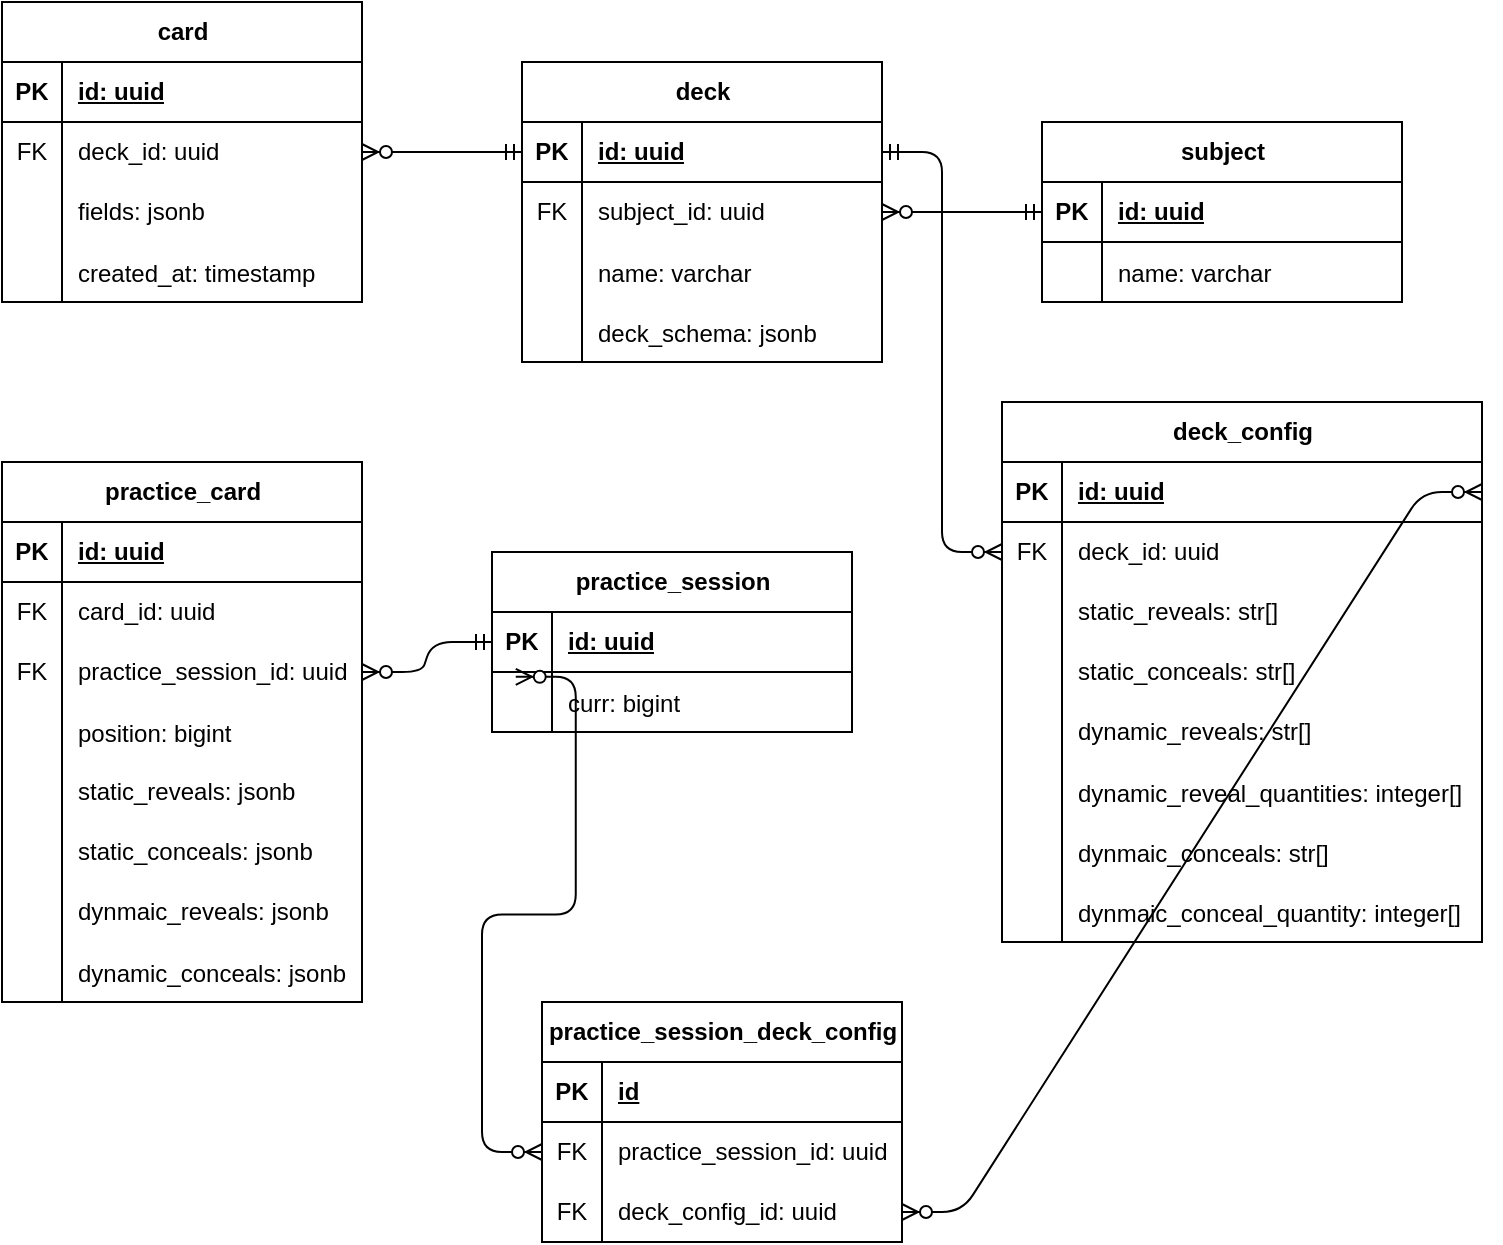
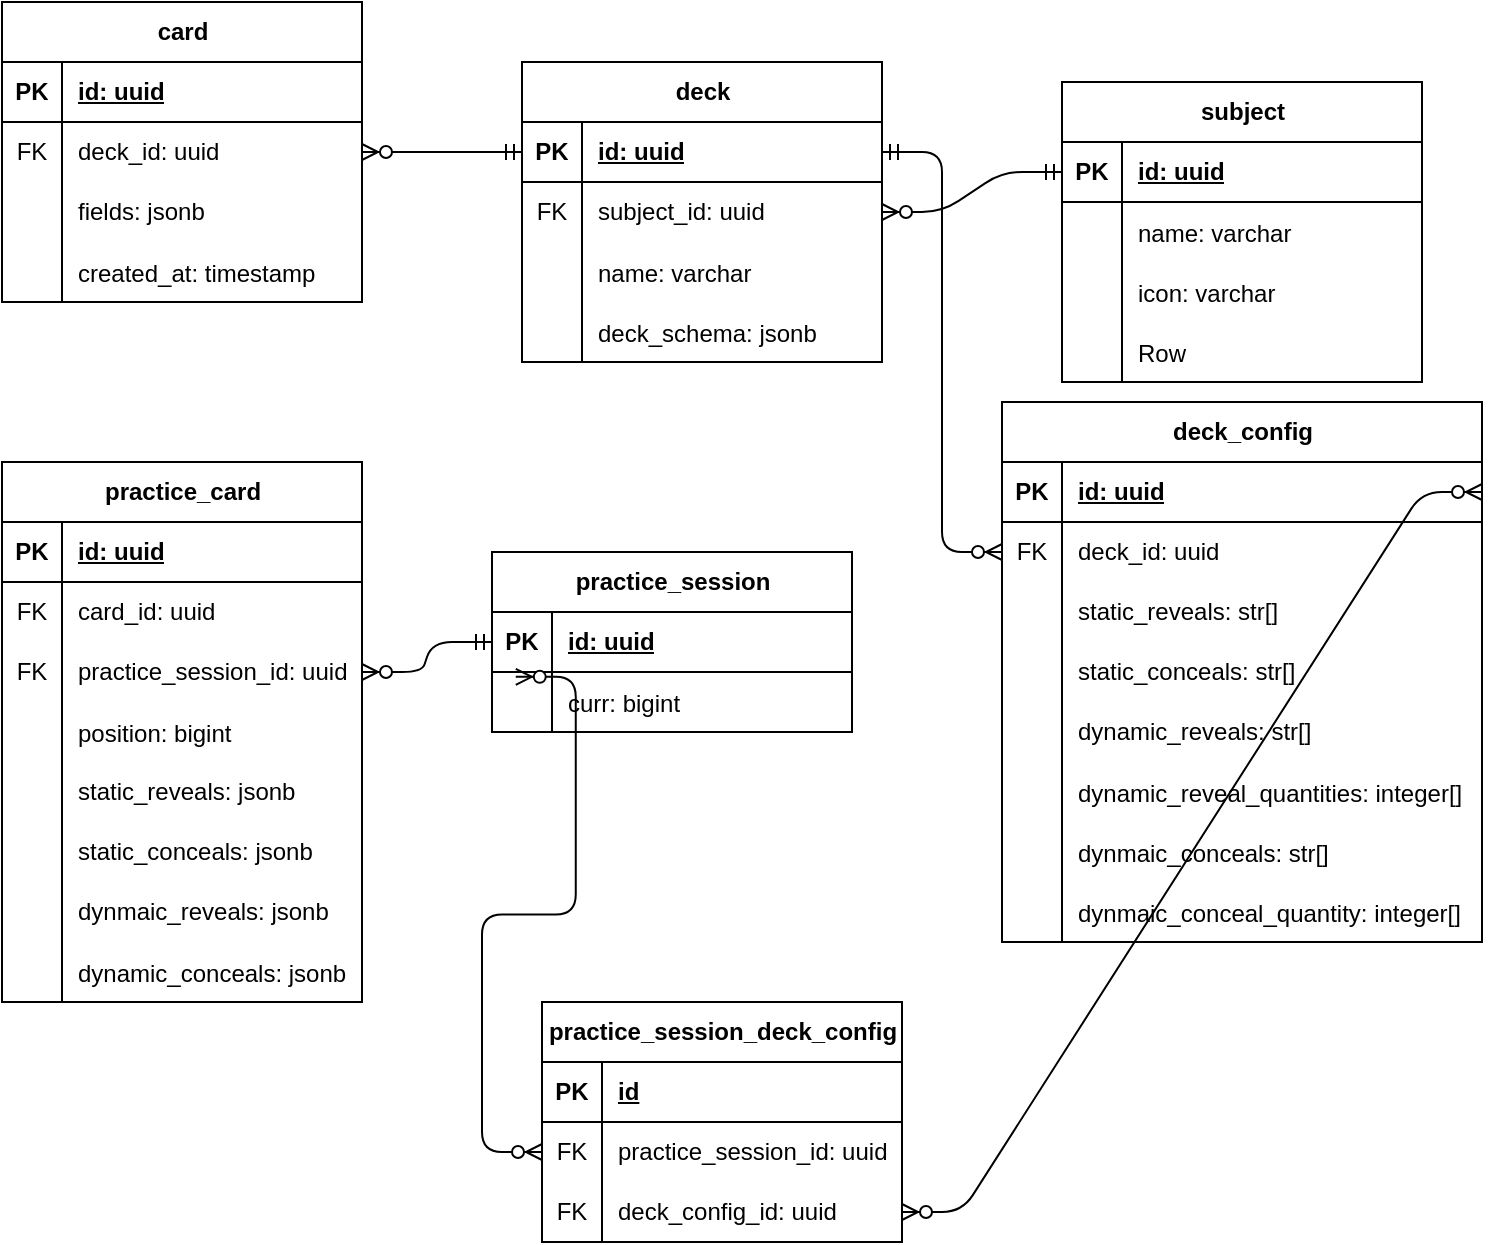
<mxfile host="65bd71144e">
    <diagram name="Page-1" id="E77Z4vSiBEVu_ntfNBje">
-         <mxGraphModel dx="576" dy="554" grid="1" gridSize="10" guides="1" tooltips="1" connect="1" arrows="1" fold="1" page="1" pageScale="1" pageWidth="850" pageHeight="1100" math="0" shadow="0">
+         <mxGraphModel dx="786" dy="487" grid="1" gridSize="10" guides="1" tooltips="1" connect="1" arrows="1" fold="1" page="1" pageScale="1" pageWidth="850" pageHeight="1100" math="0" shadow="0">
            <root>
                <mxCell id="0"/>
                <mxCell id="1" parent="0"/>
                <mxCell id="a0jAnDUGsL0N-l5X0XVK-1" value="card" style="shape=table;startSize=30;container=1;collapsible=1;childLayout=tableLayout;fixedRows=1;rowLines=0;fontStyle=1;align=center;resizeLast=1;html=1;" parent="1" vertex="1">
                    <mxGeometry y="80" width="180" height="150" as="geometry"/>
                </mxCell>
                <mxCell id="a0jAnDUGsL0N-l5X0XVK-2" value="" style="shape=tableRow;horizontal=0;startSize=0;swimlaneHead=0;swimlaneBody=0;fillColor=none;collapsible=0;dropTarget=0;points=[[0,0.5],[1,0.5]];portConstraint=eastwest;top=0;left=0;right=0;bottom=1;" parent="a0jAnDUGsL0N-l5X0XVK-1" vertex="1">
                    <mxGeometry y="30" width="180" height="30" as="geometry"/>
                </mxCell>
                <mxCell id="a0jAnDUGsL0N-l5X0XVK-3" value="PK" style="shape=partialRectangle;connectable=0;fillColor=none;top=0;left=0;bottom=0;right=0;fontStyle=1;overflow=hidden;whiteSpace=wrap;html=1;" parent="a0jAnDUGsL0N-l5X0XVK-2" vertex="1">
                    <mxGeometry width="30" height="30" as="geometry">
                        <mxRectangle width="30" height="30" as="alternateBounds"/>
                    </mxGeometry>
                </mxCell>
                <mxCell id="a0jAnDUGsL0N-l5X0XVK-4" value="id: uuid" style="shape=partialRectangle;connectable=0;fillColor=none;top=0;left=0;bottom=0;right=0;align=left;spacingLeft=6;fontStyle=5;overflow=hidden;whiteSpace=wrap;html=1;" parent="a0jAnDUGsL0N-l5X0XVK-2" vertex="1">
                    <mxGeometry x="30" width="150" height="30" as="geometry">
                        <mxRectangle width="150" height="30" as="alternateBounds"/>
                    </mxGeometry>
                </mxCell>
                <mxCell id="a0jAnDUGsL0N-l5X0XVK-39" value="" style="shape=tableRow;horizontal=0;startSize=0;swimlaneHead=0;swimlaneBody=0;fillColor=none;collapsible=0;dropTarget=0;points=[[0,0.5],[1,0.5]];portConstraint=eastwest;top=0;left=0;right=0;bottom=0;" parent="a0jAnDUGsL0N-l5X0XVK-1" vertex="1">
                    <mxGeometry y="60" width="180" height="30" as="geometry"/>
                </mxCell>
                <mxCell id="a0jAnDUGsL0N-l5X0XVK-40" value="FK" style="shape=partialRectangle;connectable=0;fillColor=none;top=0;left=0;bottom=0;right=0;fontStyle=0;overflow=hidden;whiteSpace=wrap;html=1;" parent="a0jAnDUGsL0N-l5X0XVK-39" vertex="1">
                    <mxGeometry width="30" height="30" as="geometry">
                        <mxRectangle width="30" height="30" as="alternateBounds"/>
                    </mxGeometry>
                </mxCell>
                <mxCell id="a0jAnDUGsL0N-l5X0XVK-41" value="deck_id: uuid" style="shape=partialRectangle;connectable=0;fillColor=none;top=0;left=0;bottom=0;right=0;align=left;spacingLeft=6;fontStyle=0;overflow=hidden;whiteSpace=wrap;html=1;" parent="a0jAnDUGsL0N-l5X0XVK-39" vertex="1">
                    <mxGeometry x="30" width="150" height="30" as="geometry">
                        <mxRectangle width="150" height="30" as="alternateBounds"/>
                    </mxGeometry>
                </mxCell>
                <mxCell id="a0jAnDUGsL0N-l5X0XVK-35" value="" style="shape=tableRow;horizontal=0;startSize=0;swimlaneHead=0;swimlaneBody=0;fillColor=none;collapsible=0;dropTarget=0;points=[[0,0.5],[1,0.5]];portConstraint=eastwest;top=0;left=0;right=0;bottom=0;" parent="a0jAnDUGsL0N-l5X0XVK-1" vertex="1">
                    <mxGeometry y="90" width="180" height="30" as="geometry"/>
                </mxCell>
                <mxCell id="a0jAnDUGsL0N-l5X0XVK-36" value="" style="shape=partialRectangle;connectable=0;fillColor=none;top=0;left=0;bottom=0;right=0;editable=1;overflow=hidden;whiteSpace=wrap;html=1;" parent="a0jAnDUGsL0N-l5X0XVK-35" vertex="1">
                    <mxGeometry width="30" height="30" as="geometry">
                        <mxRectangle width="30" height="30" as="alternateBounds"/>
                    </mxGeometry>
                </mxCell>
                <mxCell id="a0jAnDUGsL0N-l5X0XVK-37" value="fields: jsonb" style="shape=partialRectangle;connectable=0;fillColor=none;top=0;left=0;bottom=0;right=0;align=left;spacingLeft=6;overflow=hidden;whiteSpace=wrap;html=1;" parent="a0jAnDUGsL0N-l5X0XVK-35" vertex="1">
                    <mxGeometry x="30" width="150" height="30" as="geometry">
                        <mxRectangle width="150" height="30" as="alternateBounds"/>
                    </mxGeometry>
                </mxCell>
                <mxCell id="a0jAnDUGsL0N-l5X0XVK-70" value="" style="shape=tableRow;horizontal=0;startSize=0;swimlaneHead=0;swimlaneBody=0;fillColor=none;collapsible=0;dropTarget=0;points=[[0,0.5],[1,0.5]];portConstraint=eastwest;top=0;left=0;right=0;bottom=0;" parent="a0jAnDUGsL0N-l5X0XVK-1" vertex="1">
                    <mxGeometry y="120" width="180" height="30" as="geometry"/>
                </mxCell>
                <mxCell id="a0jAnDUGsL0N-l5X0XVK-71" value="" style="shape=partialRectangle;connectable=0;fillColor=none;top=0;left=0;bottom=0;right=0;editable=1;overflow=hidden;" parent="a0jAnDUGsL0N-l5X0XVK-70" vertex="1">
                    <mxGeometry width="30" height="30" as="geometry">
                        <mxRectangle width="30" height="30" as="alternateBounds"/>
                    </mxGeometry>
                </mxCell>
                <mxCell id="a0jAnDUGsL0N-l5X0XVK-72" value="created_at: timestamp" style="shape=partialRectangle;connectable=0;fillColor=none;top=0;left=0;bottom=0;right=0;align=left;spacingLeft=6;overflow=hidden;" parent="a0jAnDUGsL0N-l5X0XVK-70" vertex="1">
                    <mxGeometry x="30" width="150" height="30" as="geometry">
                        <mxRectangle width="150" height="30" as="alternateBounds"/>
                    </mxGeometry>
                </mxCell>
                <mxCell id="a0jAnDUGsL0N-l5X0XVK-22" value="deck" style="shape=table;startSize=30;container=1;collapsible=1;childLayout=tableLayout;fixedRows=1;rowLines=0;fontStyle=1;align=center;resizeLast=1;html=1;" parent="1" vertex="1">
                    <mxGeometry x="260" y="110" width="180" height="150" as="geometry"/>
                </mxCell>
                <mxCell id="a0jAnDUGsL0N-l5X0XVK-23" value="" style="shape=tableRow;horizontal=0;startSize=0;swimlaneHead=0;swimlaneBody=0;fillColor=none;collapsible=0;dropTarget=0;points=[[0,0.5],[1,0.5]];portConstraint=eastwest;top=0;left=0;right=0;bottom=1;" parent="a0jAnDUGsL0N-l5X0XVK-22" vertex="1">
                    <mxGeometry y="30" width="180" height="30" as="geometry"/>
                </mxCell>
                <mxCell id="a0jAnDUGsL0N-l5X0XVK-24" value="PK" style="shape=partialRectangle;connectable=0;fillColor=none;top=0;left=0;bottom=0;right=0;fontStyle=1;overflow=hidden;whiteSpace=wrap;html=1;" parent="a0jAnDUGsL0N-l5X0XVK-23" vertex="1">
                    <mxGeometry width="30" height="30" as="geometry">
                        <mxRectangle width="30" height="30" as="alternateBounds"/>
                    </mxGeometry>
                </mxCell>
                <mxCell id="a0jAnDUGsL0N-l5X0XVK-25" value="id: uuid" style="shape=partialRectangle;connectable=0;fillColor=none;top=0;left=0;bottom=0;right=0;align=left;spacingLeft=6;fontStyle=5;overflow=hidden;whiteSpace=wrap;html=1;" parent="a0jAnDUGsL0N-l5X0XVK-23" vertex="1">
                    <mxGeometry x="30" width="150" height="30" as="geometry">
                        <mxRectangle width="150" height="30" as="alternateBounds"/>
                    </mxGeometry>
                </mxCell>
                <mxCell id="a0jAnDUGsL0N-l5X0XVK-44" value="" style="shape=tableRow;horizontal=0;startSize=0;swimlaneHead=0;swimlaneBody=0;fillColor=none;collapsible=0;dropTarget=0;points=[[0,0.5],[1,0.5]];portConstraint=eastwest;top=0;left=0;right=0;bottom=0;" parent="a0jAnDUGsL0N-l5X0XVK-22" vertex="1">
                    <mxGeometry y="60" width="180" height="30" as="geometry"/>
                </mxCell>
                <mxCell id="a0jAnDUGsL0N-l5X0XVK-45" value="FK" style="shape=partialRectangle;connectable=0;fillColor=none;top=0;left=0;bottom=0;right=0;fontStyle=0;overflow=hidden;whiteSpace=wrap;html=1;" parent="a0jAnDUGsL0N-l5X0XVK-44" vertex="1">
                    <mxGeometry width="30" height="30" as="geometry">
                        <mxRectangle width="30" height="30" as="alternateBounds"/>
                    </mxGeometry>
                </mxCell>
                <mxCell id="a0jAnDUGsL0N-l5X0XVK-46" value="subject_id: uuid" style="shape=partialRectangle;connectable=0;fillColor=none;top=0;left=0;bottom=0;right=0;align=left;spacingLeft=6;fontStyle=0;overflow=hidden;whiteSpace=wrap;html=1;" parent="a0jAnDUGsL0N-l5X0XVK-44" vertex="1">
                    <mxGeometry x="30" width="150" height="30" as="geometry">
                        <mxRectangle width="150" height="30" as="alternateBounds"/>
                    </mxGeometry>
                </mxCell>
                <mxCell id="a0jAnDUGsL0N-l5X0XVK-62" value="" style="shape=tableRow;horizontal=0;startSize=0;swimlaneHead=0;swimlaneBody=0;fillColor=none;collapsible=0;dropTarget=0;points=[[0,0.5],[1,0.5]];portConstraint=eastwest;top=0;left=0;right=0;bottom=0;" parent="a0jAnDUGsL0N-l5X0XVK-22" vertex="1">
                    <mxGeometry y="90" width="180" height="30" as="geometry"/>
                </mxCell>
                <mxCell id="a0jAnDUGsL0N-l5X0XVK-63" value="" style="shape=partialRectangle;connectable=0;fillColor=none;top=0;left=0;bottom=0;right=0;editable=1;overflow=hidden;" parent="a0jAnDUGsL0N-l5X0XVK-62" vertex="1">
                    <mxGeometry width="30" height="30" as="geometry">
                        <mxRectangle width="30" height="30" as="alternateBounds"/>
                    </mxGeometry>
                </mxCell>
                <mxCell id="a0jAnDUGsL0N-l5X0XVK-64" value="name: varchar" style="shape=partialRectangle;connectable=0;fillColor=none;top=0;left=0;bottom=0;right=0;align=left;spacingLeft=6;overflow=hidden;" parent="a0jAnDUGsL0N-l5X0XVK-62" vertex="1">
                    <mxGeometry x="30" width="150" height="30" as="geometry">
                        <mxRectangle width="150" height="30" as="alternateBounds"/>
                    </mxGeometry>
                </mxCell>
                <mxCell id="3" value="" style="shape=tableRow;horizontal=0;startSize=0;swimlaneHead=0;swimlaneBody=0;fillColor=none;collapsible=0;dropTarget=0;points=[[0,0.5],[1,0.5]];portConstraint=eastwest;top=0;left=0;right=0;bottom=0;" parent="a0jAnDUGsL0N-l5X0XVK-22" vertex="1">
                    <mxGeometry y="120" width="180" height="30" as="geometry"/>
                </mxCell>
                <mxCell id="4" value="" style="shape=partialRectangle;connectable=0;fillColor=none;top=0;left=0;bottom=0;right=0;editable=1;overflow=hidden;" parent="3" vertex="1">
                    <mxGeometry width="30" height="30" as="geometry">
                        <mxRectangle width="30" height="30" as="alternateBounds"/>
                    </mxGeometry>
                </mxCell>
                <mxCell id="5" value="deck_schema: jsonb" style="shape=partialRectangle;connectable=0;fillColor=none;top=0;left=0;bottom=0;right=0;align=left;spacingLeft=6;overflow=hidden;" parent="3" vertex="1">
                    <mxGeometry x="30" width="150" height="30" as="geometry">
                        <mxRectangle width="150" height="30" as="alternateBounds"/>
                    </mxGeometry>
                </mxCell>
                <mxCell id="a0jAnDUGsL0N-l5X0XVK-47" value="subject" style="shape=table;startSize=30;container=1;collapsible=1;childLayout=tableLayout;fixedRows=1;rowLines=0;fontStyle=1;align=center;resizeLast=1;html=1;" parent="1" vertex="1">
-                     <mxGeometry x="520" y="140" width="180" height="90" as="geometry"/>
+                     <mxGeometry x="530" y="120" width="180" height="150" as="geometry"/>
                </mxCell>
                <mxCell id="a0jAnDUGsL0N-l5X0XVK-48" value="" style="shape=tableRow;horizontal=0;startSize=0;swimlaneHead=0;swimlaneBody=0;fillColor=none;collapsible=0;dropTarget=0;points=[[0,0.5],[1,0.5]];portConstraint=eastwest;top=0;left=0;right=0;bottom=1;" parent="a0jAnDUGsL0N-l5X0XVK-47" vertex="1">
                    <mxGeometry y="30" width="180" height="30" as="geometry"/>
                </mxCell>
                <mxCell id="a0jAnDUGsL0N-l5X0XVK-49" value="PK" style="shape=partialRectangle;connectable=0;fillColor=none;top=0;left=0;bottom=0;right=0;fontStyle=1;overflow=hidden;whiteSpace=wrap;html=1;" parent="a0jAnDUGsL0N-l5X0XVK-48" vertex="1">
                    <mxGeometry width="30" height="30" as="geometry">
                        <mxRectangle width="30" height="30" as="alternateBounds"/>
                    </mxGeometry>
                </mxCell>
                <mxCell id="a0jAnDUGsL0N-l5X0XVK-50" value="id: uuid" style="shape=partialRectangle;connectable=0;fillColor=none;top=0;left=0;bottom=0;right=0;align=left;spacingLeft=6;fontStyle=5;overflow=hidden;whiteSpace=wrap;html=1;" parent="a0jAnDUGsL0N-l5X0XVK-48" vertex="1">
                    <mxGeometry x="30" width="150" height="30" as="geometry">
                        <mxRectangle width="150" height="30" as="alternateBounds"/>
                    </mxGeometry>
                </mxCell>
                <mxCell id="a0jAnDUGsL0N-l5X0XVK-66" value="" style="shape=tableRow;horizontal=0;startSize=0;swimlaneHead=0;swimlaneBody=0;fillColor=none;collapsible=0;dropTarget=0;points=[[0,0.5],[1,0.5]];portConstraint=eastwest;top=0;left=0;right=0;bottom=0;" parent="a0jAnDUGsL0N-l5X0XVK-47" vertex="1">
                    <mxGeometry y="60" width="180" height="30" as="geometry"/>
                </mxCell>
                <mxCell id="a0jAnDUGsL0N-l5X0XVK-67" value="" style="shape=partialRectangle;connectable=0;fillColor=none;top=0;left=0;bottom=0;right=0;editable=1;overflow=hidden;" parent="a0jAnDUGsL0N-l5X0XVK-66" vertex="1">
                    <mxGeometry width="30" height="30" as="geometry">
                        <mxRectangle width="30" height="30" as="alternateBounds"/>
                    </mxGeometry>
                </mxCell>
                <mxCell id="a0jAnDUGsL0N-l5X0XVK-68" value="name: varchar" style="shape=partialRectangle;connectable=0;fillColor=none;top=0;left=0;bottom=0;right=0;align=left;spacingLeft=6;overflow=hidden;" parent="a0jAnDUGsL0N-l5X0XVK-66" vertex="1">
+                     <mxGeometry x="30" width="150" height="30" as="geometry">
+                         <mxRectangle width="150" height="30" as="alternateBounds"/>
+                     </mxGeometry>
+                 </mxCell>
+                 <mxCell id="119" value="" style="shape=tableRow;horizontal=0;startSize=0;swimlaneHead=0;swimlaneBody=0;fillColor=none;collapsible=0;dropTarget=0;points=[[0,0.5],[1,0.5]];portConstraint=eastwest;top=0;left=0;right=0;bottom=0;" vertex="1" parent="a0jAnDUGsL0N-l5X0XVK-47">
+                     <mxGeometry y="90" width="180" height="30" as="geometry"/>
+                 </mxCell>
+                 <mxCell id="120" value="" style="shape=partialRectangle;connectable=0;fillColor=none;top=0;left=0;bottom=0;right=0;editable=1;overflow=hidden;" vertex="1" parent="119">
+                     <mxGeometry width="30" height="30" as="geometry">
+                         <mxRectangle width="30" height="30" as="alternateBounds"/>
+                     </mxGeometry>
+                 </mxCell>
+                 <mxCell id="121" value="icon: varchar" style="shape=partialRectangle;connectable=0;fillColor=none;top=0;left=0;bottom=0;right=0;align=left;spacingLeft=6;overflow=hidden;" vertex="1" parent="119">
+                     <mxGeometry x="30" width="150" height="30" as="geometry">
+                         <mxRectangle width="150" height="30" as="alternateBounds"/>
+                     </mxGeometry>
+                 </mxCell>
+                 <mxCell id="122" value="" style="shape=tableRow;horizontal=0;startSize=0;swimlaneHead=0;swimlaneBody=0;fillColor=none;collapsible=0;dropTarget=0;points=[[0,0.5],[1,0.5]];portConstraint=eastwest;top=0;left=0;right=0;bottom=0;" vertex="1" parent="a0jAnDUGsL0N-l5X0XVK-47">
+                     <mxGeometry y="120" width="180" height="30" as="geometry"/>
+                 </mxCell>
+                 <mxCell id="123" value="" style="shape=partialRectangle;connectable=0;fillColor=none;top=0;left=0;bottom=0;right=0;editable=1;overflow=hidden;" vertex="1" parent="122">
+                     <mxGeometry width="30" height="30" as="geometry">
+                         <mxRectangle width="30" height="30" as="alternateBounds"/>
+                     </mxGeometry>
+                 </mxCell>
+                 <mxCell id="124" value="Row" style="shape=partialRectangle;connectable=0;fillColor=none;top=0;left=0;bottom=0;right=0;align=left;spacingLeft=6;overflow=hidden;" vertex="1" parent="122">
                    <mxGeometry x="30" width="150" height="30" as="geometry">
                        <mxRectangle width="150" height="30" as="alternateBounds"/>
                    </mxGeometry>
                </mxCell>
                <mxCell id="6" value="deck_config" style="shape=table;startSize=30;container=1;collapsible=1;childLayout=tableLayout;fixedRows=1;rowLines=0;fontStyle=1;align=center;resizeLast=1;html=1;" parent="1" vertex="1">
                    <mxGeometry x="500" y="280" width="240" height="270" as="geometry"/>
                </mxCell>
                <mxCell id="7" value="" style="shape=tableRow;horizontal=0;startSize=0;swimlaneHead=0;swimlaneBody=0;fillColor=none;collapsible=0;dropTarget=0;points=[[0,0.5],[1,0.5]];portConstraint=eastwest;top=0;left=0;right=0;bottom=1;" parent="6" vertex="1">
                    <mxGeometry y="30" width="240" height="30" as="geometry"/>
                </mxCell>
                <mxCell id="8" value="PK" style="shape=partialRectangle;connectable=0;fillColor=none;top=0;left=0;bottom=0;right=0;fontStyle=1;overflow=hidden;whiteSpace=wrap;html=1;" parent="7" vertex="1">
                    <mxGeometry width="30" height="30" as="geometry">
                        <mxRectangle width="30" height="30" as="alternateBounds"/>
                    </mxGeometry>
                </mxCell>
                <mxCell id="9" value="id: uuid" style="shape=partialRectangle;connectable=0;fillColor=none;top=0;left=0;bottom=0;right=0;align=left;spacingLeft=6;fontStyle=5;overflow=hidden;whiteSpace=wrap;html=1;" parent="7" vertex="1">
                    <mxGeometry x="30" width="210" height="30" as="geometry">
                        <mxRectangle width="210" height="30" as="alternateBounds"/>
                    </mxGeometry>
                </mxCell>
                <mxCell id="20" value="" style="shape=tableRow;horizontal=0;startSize=0;swimlaneHead=0;swimlaneBody=0;fillColor=none;collapsible=0;dropTarget=0;points=[[0,0.5],[1,0.5]];portConstraint=eastwest;top=0;left=0;right=0;bottom=0;" parent="6" vertex="1">
                    <mxGeometry y="60" width="240" height="30" as="geometry"/>
                </mxCell>
                <mxCell id="21" value="FK" style="shape=partialRectangle;connectable=0;fillColor=none;top=0;left=0;bottom=0;right=0;fontStyle=0;overflow=hidden;whiteSpace=wrap;html=1;" parent="20" vertex="1">
                    <mxGeometry width="30" height="30" as="geometry">
                        <mxRectangle width="30" height="30" as="alternateBounds"/>
                    </mxGeometry>
                </mxCell>
                <mxCell id="22" value="deck_id: uuid" style="shape=partialRectangle;connectable=0;fillColor=none;top=0;left=0;bottom=0;right=0;align=left;spacingLeft=6;fontStyle=0;overflow=hidden;whiteSpace=wrap;html=1;" parent="20" vertex="1">
                    <mxGeometry x="30" width="210" height="30" as="geometry">
                        <mxRectangle width="210" height="30" as="alternateBounds"/>
                    </mxGeometry>
                </mxCell>
                <mxCell id="10" value="" style="shape=tableRow;horizontal=0;startSize=0;swimlaneHead=0;swimlaneBody=0;fillColor=none;collapsible=0;dropTarget=0;points=[[0,0.5],[1,0.5]];portConstraint=eastwest;top=0;left=0;right=0;bottom=0;" parent="6" vertex="1">
                    <mxGeometry y="90" width="240" height="30" as="geometry"/>
                </mxCell>
                <mxCell id="11" value="" style="shape=partialRectangle;connectable=0;fillColor=none;top=0;left=0;bottom=0;right=0;editable=1;overflow=hidden;whiteSpace=wrap;html=1;" parent="10" vertex="1">
                    <mxGeometry width="30" height="30" as="geometry">
                        <mxRectangle width="30" height="30" as="alternateBounds"/>
                    </mxGeometry>
                </mxCell>
                <mxCell id="12" value="static_reveals: str[]" style="shape=partialRectangle;connectable=0;fillColor=none;top=0;left=0;bottom=0;right=0;align=left;spacingLeft=6;overflow=hidden;whiteSpace=wrap;html=1;" parent="10" vertex="1">
                    <mxGeometry x="30" width="210" height="30" as="geometry">
                        <mxRectangle width="210" height="30" as="alternateBounds"/>
                    </mxGeometry>
                </mxCell>
                <mxCell id="13" value="" style="shape=tableRow;horizontal=0;startSize=0;swimlaneHead=0;swimlaneBody=0;fillColor=none;collapsible=0;dropTarget=0;points=[[0,0.5],[1,0.5]];portConstraint=eastwest;top=0;left=0;right=0;bottom=0;" parent="6" vertex="1">
                    <mxGeometry y="120" width="240" height="30" as="geometry"/>
                </mxCell>
                <mxCell id="14" value="" style="shape=partialRectangle;connectable=0;fillColor=none;top=0;left=0;bottom=0;right=0;editable=1;overflow=hidden;whiteSpace=wrap;html=1;" parent="13" vertex="1">
                    <mxGeometry width="30" height="30" as="geometry">
                        <mxRectangle width="30" height="30" as="alternateBounds"/>
                    </mxGeometry>
                </mxCell>
                <mxCell id="15" value="static_conceals: str[]" style="shape=partialRectangle;connectable=0;fillColor=none;top=0;left=0;bottom=0;right=0;align=left;spacingLeft=6;overflow=hidden;whiteSpace=wrap;html=1;" parent="13" vertex="1">
                    <mxGeometry x="30" width="210" height="30" as="geometry">
                        <mxRectangle width="210" height="30" as="alternateBounds"/>
                    </mxGeometry>
                </mxCell>
                <mxCell id="16" value="" style="shape=tableRow;horizontal=0;startSize=0;swimlaneHead=0;swimlaneBody=0;fillColor=none;collapsible=0;dropTarget=0;points=[[0,0.5],[1,0.5]];portConstraint=eastwest;top=0;left=0;right=0;bottom=0;" parent="6" vertex="1">
                    <mxGeometry y="150" width="240" height="30" as="geometry"/>
                </mxCell>
                <mxCell id="17" value="" style="shape=partialRectangle;connectable=0;fillColor=none;top=0;left=0;bottom=0;right=0;editable=1;overflow=hidden;whiteSpace=wrap;html=1;" parent="16" vertex="1">
                    <mxGeometry width="30" height="30" as="geometry">
                        <mxRectangle width="30" height="30" as="alternateBounds"/>
                    </mxGeometry>
                </mxCell>
                <mxCell id="18" value="dynamic_reveals: str[]" style="shape=partialRectangle;connectable=0;fillColor=none;top=0;left=0;bottom=0;right=0;align=left;spacingLeft=6;overflow=hidden;whiteSpace=wrap;html=1;" parent="16" vertex="1">
                    <mxGeometry x="30" width="210" height="30" as="geometry">
                        <mxRectangle width="210" height="30" as="alternateBounds"/>
                    </mxGeometry>
                </mxCell>
                <mxCell id="24" value="" style="shape=tableRow;horizontal=0;startSize=0;swimlaneHead=0;swimlaneBody=0;fillColor=none;collapsible=0;dropTarget=0;points=[[0,0.5],[1,0.5]];portConstraint=eastwest;top=0;left=0;right=0;bottom=0;" parent="6" vertex="1">
                    <mxGeometry y="180" width="240" height="30" as="geometry"/>
                </mxCell>
                <mxCell id="25" value="" style="shape=partialRectangle;connectable=0;fillColor=none;top=0;left=0;bottom=0;right=0;editable=1;overflow=hidden;" parent="24" vertex="1">
                    <mxGeometry width="30" height="30" as="geometry">
                        <mxRectangle width="30" height="30" as="alternateBounds"/>
                    </mxGeometry>
                </mxCell>
                <mxCell id="26" value="dynamic_reveal_quantities: integer[]" style="shape=partialRectangle;connectable=0;fillColor=none;top=0;left=0;bottom=0;right=0;align=left;spacingLeft=6;overflow=hidden;" parent="24" vertex="1">
                    <mxGeometry x="30" width="210" height="30" as="geometry">
                        <mxRectangle width="210" height="30" as="alternateBounds"/>
                    </mxGeometry>
                </mxCell>
                <mxCell id="29" value="" style="shape=tableRow;horizontal=0;startSize=0;swimlaneHead=0;swimlaneBody=0;fillColor=none;collapsible=0;dropTarget=0;points=[[0,0.5],[1,0.5]];portConstraint=eastwest;top=0;left=0;right=0;bottom=0;" parent="6" vertex="1">
                    <mxGeometry y="210" width="240" height="30" as="geometry"/>
                </mxCell>
                <mxCell id="30" value="" style="shape=partialRectangle;connectable=0;fillColor=none;top=0;left=0;bottom=0;right=0;editable=1;overflow=hidden;" parent="29" vertex="1">
                    <mxGeometry width="30" height="30" as="geometry">
                        <mxRectangle width="30" height="30" as="alternateBounds"/>
                    </mxGeometry>
                </mxCell>
                <mxCell id="31" value="dynmaic_conceals: str[]" style="shape=partialRectangle;connectable=0;fillColor=none;top=0;left=0;bottom=0;right=0;align=left;spacingLeft=6;overflow=hidden;" parent="29" vertex="1">
                    <mxGeometry x="30" width="210" height="30" as="geometry">
                        <mxRectangle width="210" height="30" as="alternateBounds"/>
                    </mxGeometry>
                </mxCell>
                <mxCell id="33" value="" style="shape=tableRow;horizontal=0;startSize=0;swimlaneHead=0;swimlaneBody=0;fillColor=none;collapsible=0;dropTarget=0;points=[[0,0.5],[1,0.5]];portConstraint=eastwest;top=0;left=0;right=0;bottom=0;" parent="6" vertex="1">
                    <mxGeometry y="240" width="240" height="30" as="geometry"/>
                </mxCell>
                <mxCell id="34" value="" style="shape=partialRectangle;connectable=0;fillColor=none;top=0;left=0;bottom=0;right=0;editable=1;overflow=hidden;" parent="33" vertex="1">
                    <mxGeometry width="30" height="30" as="geometry">
                        <mxRectangle width="30" height="30" as="alternateBounds"/>
                    </mxGeometry>
                </mxCell>
                <mxCell id="35" value="dynmaic_conceal_quantity: integer[]" style="shape=partialRectangle;connectable=0;fillColor=none;top=0;left=0;bottom=0;right=0;align=left;spacingLeft=6;overflow=hidden;" parent="33" vertex="1">
                    <mxGeometry x="30" width="210" height="30" as="geometry">
                        <mxRectangle width="210" height="30" as="alternateBounds"/>
                    </mxGeometry>
                </mxCell>
                <mxCell id="41" value="" style="edgeStyle=entityRelationEdgeStyle;fontSize=12;html=1;endArrow=ERzeroToMany;startArrow=ERmandOne;entryX=0;entryY=0.5;entryDx=0;entryDy=0;exitX=1;exitY=0.5;exitDx=0;exitDy=0;" parent="1" source="a0jAnDUGsL0N-l5X0XVK-23" target="20" edge="1">
                    <mxGeometry width="100" height="100" relative="1" as="geometry">
                        <mxPoint x="300" y="350" as="sourcePoint"/>
                        <mxPoint x="400" y="250" as="targetPoint"/>
                    </mxGeometry>
                </mxCell>
                <mxCell id="42" value="" style="edgeStyle=entityRelationEdgeStyle;fontSize=12;html=1;endArrow=ERzeroToMany;startArrow=ERmandOne;entryX=1;entryY=0.5;entryDx=0;entryDy=0;exitX=0;exitY=0.5;exitDx=0;exitDy=0;" parent="1" source="a0jAnDUGsL0N-l5X0XVK-23" target="a0jAnDUGsL0N-l5X0XVK-39" edge="1">
                    <mxGeometry width="100" height="100" relative="1" as="geometry">
                        <mxPoint x="300" y="350" as="sourcePoint"/>
                        <mxPoint x="220" y="250" as="targetPoint"/>
                    </mxGeometry>
                </mxCell>
                <mxCell id="43" value="" style="edgeStyle=entityRelationEdgeStyle;fontSize=12;html=1;endArrow=ERzeroToMany;startArrow=ERmandOne;entryX=1;entryY=0.5;entryDx=0;entryDy=0;exitX=0;exitY=0.5;exitDx=0;exitDy=0;" parent="1" source="a0jAnDUGsL0N-l5X0XVK-48" target="a0jAnDUGsL0N-l5X0XVK-44" edge="1">
                    <mxGeometry width="100" height="100" relative="1" as="geometry">
                        <mxPoint x="300" y="350" as="sourcePoint"/>
                        <mxPoint x="400" y="250" as="targetPoint"/>
                    </mxGeometry>
                </mxCell>
                <mxCell id="44" value="practice_card" style="shape=table;startSize=30;container=1;collapsible=1;childLayout=tableLayout;fixedRows=1;rowLines=0;fontStyle=1;align=center;resizeLast=1;html=1;" parent="1" vertex="1">
                    <mxGeometry y="310" width="180" height="270" as="geometry"/>
                </mxCell>
                <mxCell id="45" value="" style="shape=tableRow;horizontal=0;startSize=0;swimlaneHead=0;swimlaneBody=0;fillColor=none;collapsible=0;dropTarget=0;points=[[0,0.5],[1,0.5]];portConstraint=eastwest;top=0;left=0;right=0;bottom=1;" parent="44" vertex="1">
                    <mxGeometry y="30" width="180" height="30" as="geometry"/>
                </mxCell>
                <mxCell id="46" value="PK" style="shape=partialRectangle;connectable=0;fillColor=none;top=0;left=0;bottom=0;right=0;fontStyle=1;overflow=hidden;whiteSpace=wrap;html=1;" parent="45" vertex="1">
                    <mxGeometry width="30" height="30" as="geometry">
                        <mxRectangle width="30" height="30" as="alternateBounds"/>
                    </mxGeometry>
                </mxCell>
                <mxCell id="47" value="id: uuid" style="shape=partialRectangle;connectable=0;fillColor=none;top=0;left=0;bottom=0;right=0;align=left;spacingLeft=6;fontStyle=5;overflow=hidden;whiteSpace=wrap;html=1;" parent="45" vertex="1">
                    <mxGeometry x="30" width="150" height="30" as="geometry">
                        <mxRectangle width="150" height="30" as="alternateBounds"/>
                    </mxGeometry>
                </mxCell>
                <mxCell id="62" value="" style="shape=tableRow;horizontal=0;startSize=0;swimlaneHead=0;swimlaneBody=0;fillColor=none;collapsible=0;dropTarget=0;points=[[0,0.5],[1,0.5]];portConstraint=eastwest;top=0;left=0;right=0;bottom=0;" parent="44" vertex="1">
                    <mxGeometry y="60" width="180" height="30" as="geometry"/>
                </mxCell>
                <mxCell id="63" value="FK" style="shape=partialRectangle;connectable=0;fillColor=none;top=0;left=0;bottom=0;right=0;fontStyle=0;overflow=hidden;whiteSpace=wrap;html=1;" parent="62" vertex="1">
                    <mxGeometry width="30" height="30" as="geometry">
                        <mxRectangle width="30" height="30" as="alternateBounds"/>
                    </mxGeometry>
                </mxCell>
                <mxCell id="64" value="card_id: uuid" style="shape=partialRectangle;connectable=0;fillColor=none;top=0;left=0;bottom=0;right=0;align=left;spacingLeft=6;fontStyle=0;overflow=hidden;whiteSpace=wrap;html=1;" parent="62" vertex="1">
                    <mxGeometry x="30" width="150" height="30" as="geometry">
                        <mxRectangle width="150" height="30" as="alternateBounds"/>
                    </mxGeometry>
                </mxCell>
                <mxCell id="83" value="" style="shape=tableRow;horizontal=0;startSize=0;swimlaneHead=0;swimlaneBody=0;fillColor=none;collapsible=0;dropTarget=0;points=[[0,0.5],[1,0.5]];portConstraint=eastwest;top=0;left=0;right=0;bottom=0;" parent="44" vertex="1">
                    <mxGeometry y="90" width="180" height="30" as="geometry"/>
                </mxCell>
                <mxCell id="84" value="FK" style="shape=partialRectangle;connectable=0;fillColor=none;top=0;left=0;bottom=0;right=0;fontStyle=0;overflow=hidden;whiteSpace=wrap;html=1;" parent="83" vertex="1">
                    <mxGeometry width="30" height="30" as="geometry">
                        <mxRectangle width="30" height="30" as="alternateBounds"/>
                    </mxGeometry>
                </mxCell>
                <mxCell id="85" value="practice_session_id: uuid" style="shape=partialRectangle;connectable=0;fillColor=none;top=0;left=0;bottom=0;right=0;align=left;spacingLeft=6;fontStyle=0;overflow=hidden;whiteSpace=wrap;html=1;" parent="83" vertex="1">
                    <mxGeometry x="30" width="150" height="30" as="geometry">
                        <mxRectangle width="150" height="30" as="alternateBounds"/>
                    </mxGeometry>
                </mxCell>
                <mxCell id="79" value="" style="shape=tableRow;horizontal=0;startSize=0;swimlaneHead=0;swimlaneBody=0;fillColor=none;collapsible=0;dropTarget=0;points=[[0,0.5],[1,0.5]];portConstraint=eastwest;top=0;left=0;right=0;bottom=0;" parent="44" vertex="1">
                    <mxGeometry y="120" width="180" height="30" as="geometry"/>
                </mxCell>
                <mxCell id="80" value="" style="shape=partialRectangle;connectable=0;fillColor=none;top=0;left=0;bottom=0;right=0;editable=1;overflow=hidden;" parent="79" vertex="1">
                    <mxGeometry width="30" height="30" as="geometry">
                        <mxRectangle width="30" height="30" as="alternateBounds"/>
                    </mxGeometry>
                </mxCell>
                <mxCell id="81" value="position: bigint" style="shape=partialRectangle;connectable=0;fillColor=none;top=0;left=0;bottom=0;right=0;align=left;spacingLeft=6;overflow=hidden;" parent="79" vertex="1">
                    <mxGeometry x="30" width="150" height="30" as="geometry">
                        <mxRectangle width="150" height="30" as="alternateBounds"/>
                    </mxGeometry>
                </mxCell>
                <mxCell id="48" value="" style="shape=tableRow;horizontal=0;startSize=0;swimlaneHead=0;swimlaneBody=0;fillColor=none;collapsible=0;dropTarget=0;points=[[0,0.5],[1,0.5]];portConstraint=eastwest;top=0;left=0;right=0;bottom=0;" parent="44" vertex="1">
                    <mxGeometry y="150" width="180" height="30" as="geometry"/>
                </mxCell>
                <mxCell id="49" value="" style="shape=partialRectangle;connectable=0;fillColor=none;top=0;left=0;bottom=0;right=0;editable=1;overflow=hidden;whiteSpace=wrap;html=1;" parent="48" vertex="1">
                    <mxGeometry width="30" height="30" as="geometry">
                        <mxRectangle width="30" height="30" as="alternateBounds"/>
                    </mxGeometry>
                </mxCell>
                <mxCell id="50" value="static_reveals: jsonb" style="shape=partialRectangle;connectable=0;fillColor=none;top=0;left=0;bottom=0;right=0;align=left;spacingLeft=6;overflow=hidden;whiteSpace=wrap;html=1;" parent="48" vertex="1">
                    <mxGeometry x="30" width="150" height="30" as="geometry">
                        <mxRectangle width="150" height="30" as="alternateBounds"/>
                    </mxGeometry>
                </mxCell>
                <mxCell id="51" value="" style="shape=tableRow;horizontal=0;startSize=0;swimlaneHead=0;swimlaneBody=0;fillColor=none;collapsible=0;dropTarget=0;points=[[0,0.5],[1,0.5]];portConstraint=eastwest;top=0;left=0;right=0;bottom=0;" parent="44" vertex="1">
                    <mxGeometry y="180" width="180" height="30" as="geometry"/>
                </mxCell>
                <mxCell id="52" value="" style="shape=partialRectangle;connectable=0;fillColor=none;top=0;left=0;bottom=0;right=0;editable=1;overflow=hidden;whiteSpace=wrap;html=1;" parent="51" vertex="1">
                    <mxGeometry width="30" height="30" as="geometry">
                        <mxRectangle width="30" height="30" as="alternateBounds"/>
                    </mxGeometry>
                </mxCell>
                <mxCell id="53" value="static_conceals: jsonb" style="shape=partialRectangle;connectable=0;fillColor=none;top=0;left=0;bottom=0;right=0;align=left;spacingLeft=6;overflow=hidden;whiteSpace=wrap;html=1;" parent="51" vertex="1">
                    <mxGeometry x="30" width="150" height="30" as="geometry">
                        <mxRectangle width="150" height="30" as="alternateBounds"/>
                    </mxGeometry>
                </mxCell>
                <mxCell id="54" value="" style="shape=tableRow;horizontal=0;startSize=0;swimlaneHead=0;swimlaneBody=0;fillColor=none;collapsible=0;dropTarget=0;points=[[0,0.5],[1,0.5]];portConstraint=eastwest;top=0;left=0;right=0;bottom=0;" parent="44" vertex="1">
                    <mxGeometry y="210" width="180" height="30" as="geometry"/>
                </mxCell>
                <mxCell id="55" value="" style="shape=partialRectangle;connectable=0;fillColor=none;top=0;left=0;bottom=0;right=0;editable=1;overflow=hidden;whiteSpace=wrap;html=1;" parent="54" vertex="1">
                    <mxGeometry width="30" height="30" as="geometry">
                        <mxRectangle width="30" height="30" as="alternateBounds"/>
                    </mxGeometry>
                </mxCell>
                <mxCell id="56" value="dynmaic_reveals: jsonb" style="shape=partialRectangle;connectable=0;fillColor=none;top=0;left=0;bottom=0;right=0;align=left;spacingLeft=6;overflow=hidden;whiteSpace=wrap;html=1;" parent="54" vertex="1">
                    <mxGeometry x="30" width="150" height="30" as="geometry">
                        <mxRectangle width="150" height="30" as="alternateBounds"/>
                    </mxGeometry>
                </mxCell>
                <mxCell id="58" value="" style="shape=tableRow;horizontal=0;startSize=0;swimlaneHead=0;swimlaneBody=0;fillColor=none;collapsible=0;dropTarget=0;points=[[0,0.5],[1,0.5]];portConstraint=eastwest;top=0;left=0;right=0;bottom=0;" parent="44" vertex="1">
                    <mxGeometry y="240" width="180" height="30" as="geometry"/>
                </mxCell>
                <mxCell id="59" value="" style="shape=partialRectangle;connectable=0;fillColor=none;top=0;left=0;bottom=0;right=0;editable=1;overflow=hidden;" parent="58" vertex="1">
                    <mxGeometry width="30" height="30" as="geometry">
                        <mxRectangle width="30" height="30" as="alternateBounds"/>
                    </mxGeometry>
                </mxCell>
                <mxCell id="60" value="dynamic_conceals: jsonb" style="shape=partialRectangle;connectable=0;fillColor=none;top=0;left=0;bottom=0;right=0;align=left;spacingLeft=6;overflow=hidden;" parent="58" vertex="1">
                    <mxGeometry x="30" width="150" height="30" as="geometry">
                        <mxRectangle width="150" height="30" as="alternateBounds"/>
                    </mxGeometry>
                </mxCell>
                <mxCell id="65" value="practice_session" style="shape=table;startSize=30;container=1;collapsible=1;childLayout=tableLayout;fixedRows=1;rowLines=0;fontStyle=1;align=center;resizeLast=1;html=1;" parent="1" vertex="1">
                    <mxGeometry x="245" y="355" width="180" height="90" as="geometry"/>
                </mxCell>
                <mxCell id="66" value="" style="shape=tableRow;horizontal=0;startSize=0;swimlaneHead=0;swimlaneBody=0;fillColor=none;collapsible=0;dropTarget=0;points=[[0,0.5],[1,0.5]];portConstraint=eastwest;top=0;left=0;right=0;bottom=1;" parent="65" vertex="1">
                    <mxGeometry y="30" width="180" height="30" as="geometry"/>
                </mxCell>
                <mxCell id="67" value="PK" style="shape=partialRectangle;connectable=0;fillColor=none;top=0;left=0;bottom=0;right=0;fontStyle=1;overflow=hidden;whiteSpace=wrap;html=1;" parent="66" vertex="1">
                    <mxGeometry width="30" height="30" as="geometry">
                        <mxRectangle width="30" height="30" as="alternateBounds"/>
                    </mxGeometry>
                </mxCell>
                <mxCell id="68" value="id: uuid" style="shape=partialRectangle;connectable=0;fillColor=none;top=0;left=0;bottom=0;right=0;align=left;spacingLeft=6;fontStyle=5;overflow=hidden;whiteSpace=wrap;html=1;" parent="66" vertex="1">
                    <mxGeometry x="30" width="150" height="30" as="geometry">
                        <mxRectangle width="150" height="30" as="alternateBounds"/>
                    </mxGeometry>
                </mxCell>
                <mxCell id="116" value="" style="shape=tableRow;horizontal=0;startSize=0;swimlaneHead=0;swimlaneBody=0;fillColor=none;collapsible=0;dropTarget=0;points=[[0,0.5],[1,0.5]];portConstraint=eastwest;top=0;left=0;right=0;bottom=0;" parent="65" vertex="1">
                    <mxGeometry y="60" width="180" height="30" as="geometry"/>
                </mxCell>
                <mxCell id="117" value="" style="shape=partialRectangle;connectable=0;fillColor=none;top=0;left=0;bottom=0;right=0;editable=1;overflow=hidden;" parent="116" vertex="1">
                    <mxGeometry width="30" height="30" as="geometry">
                        <mxRectangle width="30" height="30" as="alternateBounds"/>
                    </mxGeometry>
                </mxCell>
                <mxCell id="118" value="curr: bigint" style="shape=partialRectangle;connectable=0;fillColor=none;top=0;left=0;bottom=0;right=0;align=left;spacingLeft=6;overflow=hidden;" parent="116" vertex="1">
                    <mxGeometry x="30" width="150" height="30" as="geometry">
                        <mxRectangle width="150" height="30" as="alternateBounds"/>
                    </mxGeometry>
                </mxCell>
                <mxCell id="86" value="practice_session_deck_config" style="shape=table;startSize=30;container=1;collapsible=1;childLayout=tableLayout;fixedRows=1;rowLines=0;fontStyle=1;align=center;resizeLast=1;html=1;" parent="1" vertex="1">
                    <mxGeometry x="270" y="580" width="180" height="120" as="geometry"/>
                </mxCell>
                <mxCell id="87" value="" style="shape=tableRow;horizontal=0;startSize=0;swimlaneHead=0;swimlaneBody=0;fillColor=none;collapsible=0;dropTarget=0;points=[[0,0.5],[1,0.5]];portConstraint=eastwest;top=0;left=0;right=0;bottom=1;" parent="86" vertex="1">
                    <mxGeometry y="30" width="180" height="30" as="geometry"/>
                </mxCell>
                <mxCell id="88" value="PK" style="shape=partialRectangle;connectable=0;fillColor=none;top=0;left=0;bottom=0;right=0;fontStyle=1;overflow=hidden;whiteSpace=wrap;html=1;" parent="87" vertex="1">
                    <mxGeometry width="30" height="30" as="geometry">
                        <mxRectangle width="30" height="30" as="alternateBounds"/>
                    </mxGeometry>
                </mxCell>
                <mxCell id="89" value="id" style="shape=partialRectangle;connectable=0;fillColor=none;top=0;left=0;bottom=0;right=0;align=left;spacingLeft=6;fontStyle=5;overflow=hidden;whiteSpace=wrap;html=1;" parent="87" vertex="1">
                    <mxGeometry x="30" width="150" height="30" as="geometry">
                        <mxRectangle width="150" height="30" as="alternateBounds"/>
                    </mxGeometry>
                </mxCell>
                <mxCell id="104" value="" style="shape=tableRow;horizontal=0;startSize=0;swimlaneHead=0;swimlaneBody=0;fillColor=none;collapsible=0;dropTarget=0;points=[[0,0.5],[1,0.5]];portConstraint=eastwest;top=0;left=0;right=0;bottom=0;" parent="86" vertex="1">
                    <mxGeometry y="60" width="180" height="30" as="geometry"/>
                </mxCell>
                <mxCell id="105" value="FK" style="shape=partialRectangle;connectable=0;fillColor=none;top=0;left=0;bottom=0;right=0;fontStyle=0;overflow=hidden;whiteSpace=wrap;html=1;" parent="104" vertex="1">
                    <mxGeometry width="30" height="30" as="geometry">
                        <mxRectangle width="30" height="30" as="alternateBounds"/>
                    </mxGeometry>
                </mxCell>
                <mxCell id="106" value="practice_session_id: uuid" style="shape=partialRectangle;connectable=0;fillColor=none;top=0;left=0;bottom=0;right=0;align=left;spacingLeft=6;fontStyle=0;overflow=hidden;whiteSpace=wrap;html=1;" parent="104" vertex="1">
                    <mxGeometry x="30" width="150" height="30" as="geometry">
                        <mxRectangle width="150" height="30" as="alternateBounds"/>
                    </mxGeometry>
                </mxCell>
                <mxCell id="108" value="" style="shape=tableRow;horizontal=0;startSize=0;swimlaneHead=0;swimlaneBody=0;fillColor=none;collapsible=0;dropTarget=0;points=[[0,0.5],[1,0.5]];portConstraint=eastwest;top=0;left=0;right=0;bottom=0;" parent="86" vertex="1">
                    <mxGeometry y="90" width="180" height="30" as="geometry"/>
                </mxCell>
                <mxCell id="109" value="FK" style="shape=partialRectangle;connectable=0;fillColor=none;top=0;left=0;bottom=0;right=0;fontStyle=0;overflow=hidden;whiteSpace=wrap;html=1;" parent="108" vertex="1">
                    <mxGeometry width="30" height="30" as="geometry">
                        <mxRectangle width="30" height="30" as="alternateBounds"/>
                    </mxGeometry>
                </mxCell>
                <mxCell id="110" value="deck_config_id: uuid" style="shape=partialRectangle;connectable=0;fillColor=none;top=0;left=0;bottom=0;right=0;align=left;spacingLeft=6;fontStyle=0;overflow=hidden;whiteSpace=wrap;html=1;" parent="108" vertex="1">
                    <mxGeometry x="30" width="150" height="30" as="geometry">
                        <mxRectangle width="150" height="30" as="alternateBounds"/>
                    </mxGeometry>
                </mxCell>
                <mxCell id="111" value="" style="edgeStyle=entityRelationEdgeStyle;fontSize=12;html=1;endArrow=ERzeroToMany;startArrow=ERmandOne;entryX=1;entryY=0.5;entryDx=0;entryDy=0;exitX=0;exitY=0.5;exitDx=0;exitDy=0;" parent="1" source="66" target="83" edge="1">
                    <mxGeometry width="100" height="100" relative="1" as="geometry">
                        <mxPoint x="200" y="470" as="sourcePoint"/>
                        <mxPoint x="300" y="370" as="targetPoint"/>
                    </mxGeometry>
                </mxCell>
                <mxCell id="112" value="" style="edgeStyle=entityRelationEdgeStyle;fontSize=12;html=1;endArrow=ERzeroToMany;endFill=1;startArrow=ERzeroToMany;exitX=0;exitY=0.5;exitDx=0;exitDy=0;entryX=0.066;entryY=1.081;entryDx=0;entryDy=0;entryPerimeter=0;rounded=1;curved=0;" parent="1" source="104" target="66" edge="1">
                    <mxGeometry width="100" height="100" relative="1" as="geometry">
                        <mxPoint x="260" y="671.15" as="sourcePoint"/>
                        <mxPoint x="240" y="470" as="targetPoint"/>
                        <Array as="points">
                            <mxPoint x="216.34" y="799.57"/>
                            <mxPoint x="174.66" y="805.72"/>
                            <mxPoint x="230" y="480"/>
                            <mxPoint x="250" y="480"/>
                            <mxPoint x="250" y="500"/>
                        </Array>
                    </mxGeometry>
                </mxCell>
                <mxCell id="114" value="" style="edgeStyle=entityRelationEdgeStyle;fontSize=12;html=1;endArrow=ERzeroToMany;endFill=1;startArrow=ERzeroToMany;entryX=1;entryY=0.5;entryDx=0;entryDy=0;exitX=1;exitY=0.5;exitDx=0;exitDy=0;" parent="1" source="108" target="7" edge="1">
                    <mxGeometry width="100" height="100" relative="1" as="geometry">
                        <mxPoint x="470" y="620" as="sourcePoint"/>
                        <mxPoint x="320" y="490" as="targetPoint"/>
                        <Array as="points">
                            <mxPoint x="450" y="680"/>
                            <mxPoint x="800" y="640"/>
                        </Array>
                    </mxGeometry>
                </mxCell>
            </root>
        </mxGraphModel>
    </diagram>
</mxfile>